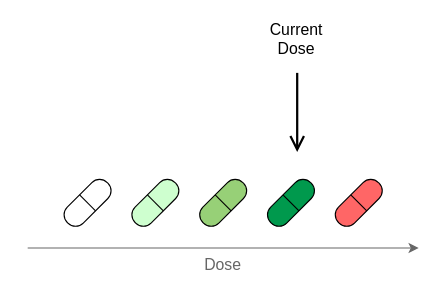
xiaohanchi/backfilling keeps this draw.io diagram as page "Page-2" (2 of 2) of figs/backfilling.drawio. Above is the earlier version. Source tidied: cells renumbered, new cells numbered last; positions are measured from the earlier drawing's top-left corner, leaving out a move shared by most shapes. Both pictures are drawn from the tidied source at 113%, with x=0, y=0 at pixel (27, 21).
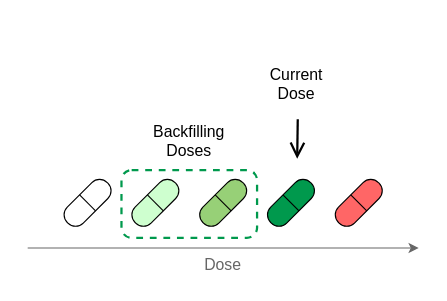
The same page after the edit.

Diff of the diagram source:
```diff
@@
 <mxGraphModel>
   <root>
     <mxCell id="0" />
     <mxCell id="1" parent="0" />
     <mxCell id="2" style="rounded=1;whiteSpace=wrap;html=1;arcSize=48;strokeWidth=1;whiteSpace=wrap;align=left;verticalAlign=middle;spacingLeft=0;fontStyle=1;fontSize=14;spacing=10;rotation=315;gradientDirection=north;" parent="1" vertex="1">
       <mxGeometry x="28" y="150" width="50" height="20" as="geometry" />
     </mxCell>
     <mxCell id="3" style="rounded=0;orthogonalLoop=1;jettySize=auto;html=1;exitX=0.5;exitY=0;exitDx=0;exitDy=0;entryX=0.5;entryY=1;entryDx=0;entryDy=0;endArrow=none;endFill=0;" parent="1" edge="1" source="2" target="2">
       <mxGeometry relative="1" as="geometry" />
     </mxCell>
     <mxCell id="4" style="rounded=1;whiteSpace=wrap;html=1;arcSize=48;strokeWidth=1;whiteSpace=wrap;align=left;verticalAlign=middle;spacingLeft=0;fontStyle=1;fontSize=14;spacing=10;rotation=315;gradientDirection=north;fillColor=#CEFFCF;" parent="1" vertex="1">
       <mxGeometry x="88" y="150" width="50" height="20" as="geometry" />
     </mxCell>
     <mxCell id="5" style="rounded=0;orthogonalLoop=1;jettySize=auto;html=1;exitX=0.5;exitY=0;exitDx=0;exitDy=0;entryX=0.5;entryY=1;entryDx=0;entryDy=0;endArrow=none;endFill=0;" parent="1" edge="1" source="4" target="4">
       <mxGeometry relative="1" as="geometry" />
     </mxCell>
     <mxCell id="6" style="rounded=1;whiteSpace=wrap;html=1;arcSize=48;strokeWidth=1;whiteSpace=wrap;align=left;verticalAlign=middle;spacingLeft=0;fontStyle=1;fontSize=14;spacing=10;rotation=315;gradientDirection=north;fillColor=#97D077;" parent="1" vertex="1">
       <mxGeometry x="148" y="150" width="50" height="20" as="geometry" />
     </mxCell>
     <mxCell id="7" style="rounded=0;orthogonalLoop=1;jettySize=auto;html=1;exitX=0.5;exitY=0;exitDx=0;exitDy=0;entryX=0.5;entryY=1;entryDx=0;entryDy=0;endArrow=none;endFill=0;" parent="1" edge="1" source="6" target="6">
       <mxGeometry relative="1" as="geometry" />
     </mxCell>
     <mxCell id="8" style="rounded=1;whiteSpace=wrap;html=1;arcSize=48;strokeWidth=1;whiteSpace=wrap;align=left;verticalAlign=middle;spacingLeft=0;fontStyle=1;fontSize=14;spacing=10;rotation=315;gradientDirection=north;fillColor=#00994D;" parent="1" vertex="1">
       <mxGeometry x="208" y="150" width="50" height="20" as="geometry" />
     </mxCell>
     <mxCell id="9" style="rounded=0;orthogonalLoop=1;jettySize=auto;html=1;exitX=0.5;exitY=0;exitDx=0;exitDy=0;entryX=0.5;entryY=1;entryDx=0;entryDy=0;endArrow=none;endFill=0;" parent="1" edge="1" source="8" target="8">
       <mxGeometry relative="1" as="geometry" />
     </mxCell>
     <mxCell id="10" style="rounded=1;whiteSpace=wrap;html=1;arcSize=48;strokeWidth=1;whiteSpace=wrap;align=left;verticalAlign=middle;spacingLeft=0;fontStyle=1;fontSize=14;spacing=10;rotation=315;gradientDirection=north;fillColor=#FF6666;" parent="1" vertex="1">
       <mxGeometry x="268" y="150" width="50" height="20" as="geometry" />
     </mxCell>
     <mxCell id="11" style="rounded=0;orthogonalLoop=1;jettySize=auto;html=1;exitX=0.5;exitY=0;exitDx=0;exitDy=0;entryX=0.5;entryY=1;entryDx=0;entryDy=0;endArrow=none;endFill=0;" parent="1" edge="1" source="10" target="10">
       <mxGeometry relative="1" as="geometry" />
     </mxCell>
     <mxCell id="12" style="endArrow=classic;html=1;rounded=0;strokeColor=#666666;" parent="1" edge="1">
       <mxGeometry relative="1" as="geometry">
         <mxPoint y="200" as="sourcePoint" />
         <mxPoint x="346" y="200" as="targetPoint" />
       </mxGeometry>
     </mxCell>
     <mxCell id="13" value="&lt;font style=&quot;color: rgb(102, 102, 102); font-size: 14px;&quot;&gt;Dose&lt;/font&gt;" style="text;html=1;align=center;verticalAlign=middle;whiteSpace=wrap;rounded=0;" parent="1" vertex="1">
       <mxGeometry x="143" y="200" width="60" height="30" as="geometry" />
     </mxCell>
     <mxCell id="14" style="endArrow=open;html=1;rounded=0;endSize=10;endFill=0;strokeWidth=2;" parent="1" edge="1">
       <mxGeometry relative="1" as="geometry">
-        <mxPoint x="238.5" y="45" as="sourcePoint" />
-        <mxPoint x="238.5" y="115" as="targetPoint" />
+        <mxPoint x="239" y="86" as="sourcePoint" />
+        <mxPoint x="238.5" y="121" as="targetPoint" />
       </mxGeometry>
     </mxCell>
     <mxCell id="15" value="&lt;font style=&quot;font-size: 14px;&quot;&gt;Current Dose&lt;/font&gt;" style="text;html=1;align=center;verticalAlign=middle;whiteSpace=wrap;rounded=0;" parent="1" vertex="1">
-      <mxGeometry x="208" width="60" height="30" as="geometry" />
+      <mxGeometry x="208" y="40" width="60" height="30" as="geometry" />
     </mxCell>
+    <mxCell id="16" style="rounded=1;whiteSpace=wrap;html=1;fillColor=none;dashed=1;strokeColor=#00994D;perimeterSpacing=0;strokeWidth=2;" parent="1" vertex="1">
+      <mxGeometry x="83" y="131" width="120" height="60" as="geometry" />
+    </mxCell>
+    <mxCell id="17" value="&lt;font style=&quot;font-size: 14px;&quot;&gt;Backfilling&lt;/font&gt;&lt;div&gt;&lt;font style=&quot;font-size: 14px;&quot;&gt;Doses&lt;/font&gt;&lt;/div&gt;" style="text;html=1;align=center;verticalAlign=middle;whiteSpace=wrap;rounded=0;" parent="1" vertex="1">
+      <mxGeometry x="113" y="90" width="60" height="30" as="geometry" />
+    </mxCell>
   </root>
 </mxGraphModel>
```
